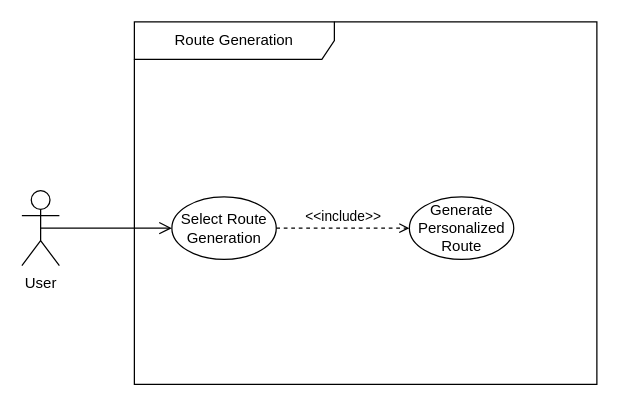
Before: Use Case Diagrams/Route Generation.drawio.xml in gsklaven/MusePath, a draw.io diagram. Source tidied: cells renumbered, new cells numbered last; positions are measured from the earlier drawing's top-left corner, leaving out a move shared by most shapes. Both pictures are drawn from the tidied source at 125%, with x=0, y=0 at pixel (21, 21).
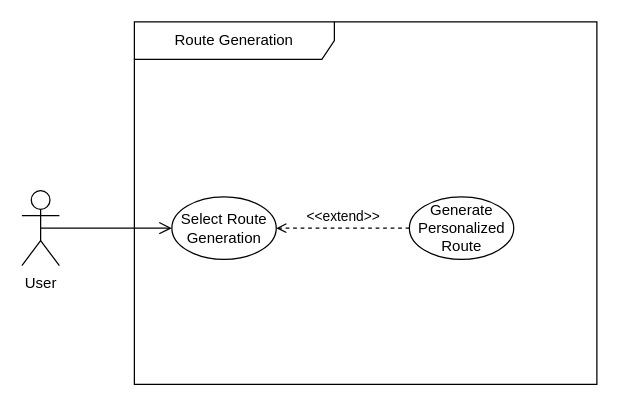
The same diagram, later.

What changed in the source:
```diff
@@
 <mxGraphModel>
   <root>
     <mxCell id="0" />
     <mxCell id="1" parent="0" />
     <mxCell id="2" value="Route Generation" style="shape=umlFrame;whiteSpace=wrap;html=1;width=160;" parent="1" vertex="1">
       <mxGeometry x="90" width="370" height="290" as="geometry" />
     </mxCell>
     <mxCell id="3" value="Generate&lt;div&gt;Personalized Route&lt;/div&gt;" style="ellipse;html=1;whiteSpace=wrap;" parent="2" vertex="1">
       <mxGeometry x="220" y="140" width="83.5" height="50" as="geometry" />
     </mxCell>
     <mxCell id="4" value="Select Route Generation" style="ellipse;html=1;whiteSpace=wrap;" parent="2" vertex="1">
       <mxGeometry x="30" y="140" width="83.5" height="50" as="geometry" />
     </mxCell>
-    <mxCell id="5" value="&amp;lt;&amp;lt;include&amp;gt;&amp;gt;" style="html=1;verticalAlign=bottom;labelBackgroundColor=none;endArrow=open;endFill=0;dashed=1;rounded=0;exitX=1;exitY=0.5;exitDx=0;exitDy=0;entryX=0;entryY=0.5;entryDx=0;entryDy=0;" parent="2" edge="1" source="4" target="3">
-      <mxGeometry relative="1" as="geometry" />
-    </mxCell>
+    <mxCell id="8" value="&amp;lt;&amp;lt;extend&amp;gt;&amp;gt;" style="html=1;verticalAlign=bottom;labelBackgroundColor=none;endArrow=open;endFill=0;dashed=1;rounded=0;exitX=0;exitY=0.5;exitDx=0;exitDy=0;entryX=1;entryY=0.5;entryDx=0;entryDy=0;" parent="2" edge="1" source="3" target="4">
+      <mxGeometry relative="1" as="geometry" />
+    </mxCell>
     <mxCell id="6" value="User" style="shape=umlActor;verticalLabelPosition=bottom;verticalAlign=top;html=1;" parent="1" vertex="1">
       <mxGeometry y="135" width="30" height="60" as="geometry" />
     </mxCell>
     <mxCell id="7" style="endArrow=open;startArrow=none;endFill=0;startFill=0;endSize=8;html=1;verticalAlign=bottom;labelBackgroundColor=none;strokeWidth=1;rounded=0;exitX=0.5;exitY=0.5;exitDx=0;exitDy=0;exitPerimeter=0;entryX=0;entryY=0.5;entryDx=0;entryDy=0;" parent="1" edge="1" source="6" target="4">
       <mxGeometry relative="1" as="geometry" />
     </mxCell>
   </root>
 </mxGraphModel>
```
